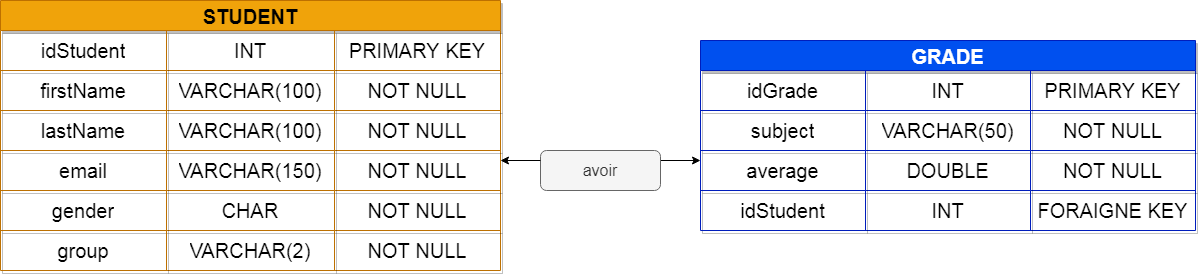
This is image/Base.png from Daris02/SpringProject, a draw.io export, as it was before one commit. Source tidied: cells renumbered, new cells last; positions are measured from the earlier drawing's top-left corner, leaving out a move shared by most shapes.
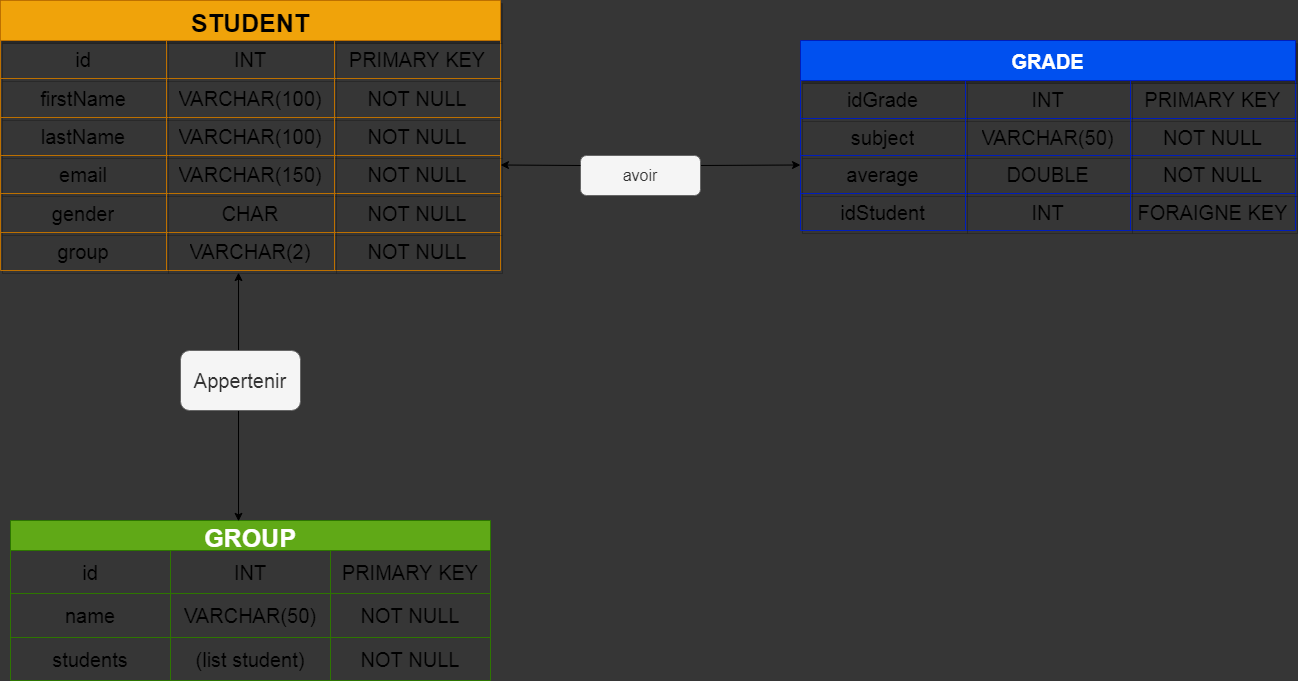
The same file after the commit.

Commit message:
change database schema

Diff of the diagram source:
```diff
@@ -1,141 +1,186 @@
-<mxGraphModel background="#ffffff" shadow="1">
+<mxGraphModel background="#363636" shadow="1">
   <root>
     <mxCell id="0" />
     <mxCell id="1" parent="0" />
-    <mxCell id="2" value="STUDENT" style="shape=table;startSize=30;fontStyle=1;align=center;shadow=1;fontSize=20;fillColor=#f0a30a;fontColor=#000000;strokeColor=#BD7000;gradientColor=none;swimlaneFillColor=none;rounded=0;" parent="1" vertex="1">
-      <mxGeometry width="500" height="270" as="geometry" />
+    <mxCell id="2" value="STUDENT" style="shape=table;startSize=40;fontStyle=1;align=center;shadow=1;fontSize=25;fillColor=#f0a30a;fontColor=#000000;strokeColor=#BD7000;gradientColor=none;swimlaneFillColor=none;rounded=0;" parent="1" vertex="1">
+      <mxGeometry x="20" y="-200" width="500" height="270" as="geometry" />
     </mxCell>
     <mxCell id="3" style="shape=partialRectangle;html=1;whiteSpace=wrap;fillColor=none;top=0;left=0;bottom=0;right=0;shadow=1;fontSize=20;rounded=0;" parent="2" vertex="1">
-      <mxGeometry y="30" width="500" height="40" as="geometry" />
+      <mxGeometry y="40" width="500" height="38" as="geometry" />
     </mxCell>
-    <mxCell id="4" value="idStudent" style="shape=partialRectangle;html=1;whiteSpace=wrap;fillColor=none;top=0;left=0;bottom=0;right=0;overflow=hidden;shadow=1;fontSize=20;rounded=0;" parent="3" vertex="1">
-      <mxGeometry width="166" height="40" as="geometry" />
+    <mxCell id="4" value="id" style="shape=partialRectangle;html=1;whiteSpace=wrap;fillColor=none;top=0;left=0;bottom=0;right=0;overflow=hidden;shadow=1;fontSize=20;rounded=0;" parent="3" vertex="1">
+      <mxGeometry width="166" height="38" as="geometry" />
     </mxCell>
     <mxCell id="5" value="INT" style="shape=partialRectangle;html=1;whiteSpace=wrap;fillColor=none;top=0;left=0;bottom=0;right=0;overflow=hidden;shadow=1;fontSize=20;rounded=0;" parent="3" vertex="1">
-      <mxGeometry x="166" width="168" height="40" as="geometry" />
+      <mxGeometry x="166" width="168" height="38" as="geometry" />
     </mxCell>
     <mxCell id="6" value="PRIMARY KEY" style="shape=partialRectangle;html=1;whiteSpace=wrap;fillColor=none;top=0;left=0;bottom=0;right=0;overflow=hidden;shadow=1;fontSize=20;rounded=0;" parent="3" vertex="1">
-      <mxGeometry x="334" width="166" height="40" as="geometry" />
+      <mxGeometry x="334" width="166" height="38" as="geometry" />
     </mxCell>
     <mxCell id="7" style="shape=partialRectangle;html=1;whiteSpace=wrap;fillColor=none;top=0;left=0;bottom=0;right=0;shadow=1;fontSize=20;rounded=0;" parent="2" vertex="1">
-      <mxGeometry y="70" width="500" height="40" as="geometry" />
+      <mxGeometry y="78" width="500" height="39" as="geometry" />
     </mxCell>
     <mxCell id="8" value="firstName" style="shape=partialRectangle;html=1;whiteSpace=wrap;fillColor=none;top=0;left=0;bottom=0;right=0;overflow=hidden;shadow=1;fontSize=20;rounded=0;" parent="7" vertex="1">
-      <mxGeometry width="166" height="40" as="geometry" />
+      <mxGeometry width="166" height="39" as="geometry" />
     </mxCell>
     <mxCell id="9" value="VARCHAR(100)" style="shape=partialRectangle;html=1;whiteSpace=wrap;fillColor=none;top=0;left=0;bottom=0;right=0;overflow=hidden;shadow=1;fontSize=20;rounded=0;" parent="7" vertex="1">
-      <mxGeometry x="166" width="168" height="40" as="geometry" />
+      <mxGeometry x="166" width="168" height="39" as="geometry" />
     </mxCell>
     <mxCell id="10" value="NOT NULL" style="shape=partialRectangle;html=1;whiteSpace=wrap;fillColor=none;top=0;left=0;bottom=0;right=0;overflow=hidden;shadow=1;fontSize=20;rounded=0;" parent="7" vertex="1">
-      <mxGeometry x="334" width="166" height="40" as="geometry" />
+      <mxGeometry x="334" width="166" height="39" as="geometry" />
     </mxCell>
     <mxCell id="11" style="shape=partialRectangle;html=1;whiteSpace=wrap;fillColor=none;top=0;left=0;bottom=0;right=0;shadow=1;fontSize=20;rounded=0;" parent="2" vertex="1">
-      <mxGeometry y="110" width="500" height="40" as="geometry" />
+      <mxGeometry y="117" width="500" height="38" as="geometry" />
     </mxCell>
     <mxCell id="12" value="lastName" style="shape=partialRectangle;html=1;whiteSpace=wrap;fillColor=none;top=0;left=0;bottom=0;right=0;overflow=hidden;shadow=1;fontSize=20;rounded=0;" parent="11" vertex="1">
-      <mxGeometry width="166" height="40" as="geometry" />
+      <mxGeometry width="166" height="38" as="geometry" />
     </mxCell>
     <mxCell id="13" value="VARCHAR(100)" style="shape=partialRectangle;html=1;whiteSpace=wrap;fillColor=none;top=0;left=0;bottom=0;right=0;overflow=hidden;shadow=1;fontSize=20;rounded=0;" parent="11" vertex="1">
-      <mxGeometry x="166" width="168" height="40" as="geometry" />
+      <mxGeometry x="166" width="168" height="38" as="geometry" />
     </mxCell>
     <mxCell id="14" value="NOT NULL" style="shape=partialRectangle;html=1;whiteSpace=wrap;fillColor=none;top=0;left=0;bottom=0;right=0;overflow=hidden;shadow=1;fontSize=20;rounded=0;" parent="11" vertex="1">
-      <mxGeometry x="334" width="166" height="40" as="geometry" />
+      <mxGeometry x="334" width="166" height="38" as="geometry" />
     </mxCell>
     <mxCell id="15" style="shape=partialRectangle;html=1;whiteSpace=wrap;fillColor=none;top=0;left=0;bottom=0;right=0;points=[[0,0.5],[1,0.5]];portConstraint=eastwest;shadow=1;fontSize=20;rounded=0;" parent="2" vertex="1">
-      <mxGeometry y="150" width="500" height="40" as="geometry" />
+      <mxGeometry y="155" width="500" height="38" as="geometry" />
     </mxCell>
     <mxCell id="16" value="email" style="shape=partialRectangle;html=1;whiteSpace=wrap;fillColor=none;top=0;left=0;bottom=0;right=0;overflow=hidden;shadow=1;fontSize=20;rounded=0;" parent="15" vertex="1">
-      <mxGeometry width="166" height="40" as="geometry" />
+      <mxGeometry width="166" height="38" as="geometry" />
     </mxCell>
     <mxCell id="17" value="VARCHAR(150)" style="shape=partialRectangle;html=1;whiteSpace=wrap;fillColor=none;top=0;left=0;bottom=0;right=0;overflow=hidden;shadow=1;fontSize=20;rounded=0;" parent="15" vertex="1">
-      <mxGeometry x="166" width="168" height="40" as="geometry" />
+      <mxGeometry x="166" width="168" height="38" as="geometry" />
     </mxCell>
     <mxCell id="18" value="NOT NULL" style="shape=partialRectangle;html=1;whiteSpace=wrap;fillColor=none;top=0;left=0;bottom=0;right=0;overflow=hidden;shadow=1;fontSize=20;rounded=0;" parent="15" vertex="1">
-      <mxGeometry x="334" width="166" height="40" as="geometry" />
+      <mxGeometry x="334" width="166" height="38" as="geometry" />
     </mxCell>
     <mxCell id="19" style="shape=partialRectangle;html=1;whiteSpace=wrap;fillColor=none;top=0;left=0;bottom=0;right=0;shadow=1;fontSize=20;rounded=0;" parent="2" vertex="1">
-      <mxGeometry y="190" width="500" height="40" as="geometry" />
+      <mxGeometry y="193" width="500" height="39" as="geometry" />
     </mxCell>
     <mxCell id="20" value="gender" style="shape=partialRectangle;html=1;whiteSpace=wrap;fillColor=none;top=0;left=0;bottom=0;right=0;overflow=hidden;shadow=1;fontSize=20;rounded=0;" parent="19" vertex="1">
-      <mxGeometry width="166" height="40" as="geometry" />
+      <mxGeometry width="166" height="39" as="geometry" />
     </mxCell>
     <mxCell id="21" value="CHAR" style="shape=partialRectangle;html=1;whiteSpace=wrap;fillColor=none;top=0;left=0;bottom=0;right=0;overflow=hidden;shadow=1;fontSize=20;rounded=0;" parent="19" vertex="1">
-      <mxGeometry x="166" width="168" height="40" as="geometry" />
+      <mxGeometry x="166" width="168" height="39" as="geometry" />
     </mxCell>
     <mxCell id="22" value="NOT NULL" style="shape=partialRectangle;html=1;whiteSpace=wrap;fillColor=none;top=0;left=0;bottom=0;right=0;overflow=hidden;shadow=1;fontSize=20;rounded=0;" parent="19" vertex="1">
-      <mxGeometry x="334" width="166" height="40" as="geometry" />
+      <mxGeometry x="334" width="166" height="39" as="geometry" />
     </mxCell>
     <mxCell id="23" style="shape=partialRectangle;html=1;whiteSpace=wrap;fillColor=none;top=0;left=0;bottom=0;right=0;points=[[0,0.5],[1,0.5]];portConstraint=eastwest;shadow=1;fontSize=20;rounded=0;" parent="2" vertex="1">
-      <mxGeometry y="230" width="500" height="40" as="geometry" />
+      <mxGeometry y="232" width="500" height="38" as="geometry" />
     </mxCell>
     <mxCell id="24" value="group" style="shape=partialRectangle;html=1;whiteSpace=wrap;fillColor=none;top=0;left=0;bottom=0;right=0;overflow=hidden;shadow=1;fontSize=20;rounded=0;" parent="23" vertex="1">
-      <mxGeometry width="166" height="40" as="geometry" />
+      <mxGeometry width="166" height="38" as="geometry" />
     </mxCell>
     <mxCell id="25" value="VARCHAR(2)" style="shape=partialRectangle;html=1;whiteSpace=wrap;fillColor=none;top=0;left=0;bottom=0;right=0;overflow=hidden;shadow=1;fontSize=20;rounded=0;" parent="23" vertex="1">
-      <mxGeometry x="166" width="168" height="40" as="geometry" />
+      <mxGeometry x="166" width="168" height="38" as="geometry" />
     </mxCell>
     <mxCell id="26" value="NOT NULL" style="shape=partialRectangle;html=1;whiteSpace=wrap;fillColor=none;top=0;left=0;bottom=0;right=0;overflow=hidden;shadow=1;fontSize=20;rounded=0;" parent="23" vertex="1">
-      <mxGeometry x="334" width="166" height="40" as="geometry" />
+      <mxGeometry x="334" width="166" height="38" as="geometry" />
     </mxCell>
-    <mxCell id="27" value="GRADE" style="shape=table;startSize=30;fontStyle=1;align=center;shadow=1;fontSize=20;fillColor=#0050ef;fontColor=#ffffff;strokeColor=#001DBC;rounded=0;" parent="1" vertex="1">
-      <mxGeometry x="700" y="40" width="495" height="190" as="geometry" />
+    <mxCell id="27" value="GRADE" style="shape=table;startSize=40;fontStyle=1;align=center;shadow=1;fontSize=20;fillColor=#0050ef;fontColor=#ffffff;strokeColor=#001DBC;rounded=0;" parent="1" vertex="1">
+      <mxGeometry x="820" y="-160" width="495" height="190" as="geometry" />
     </mxCell>
     <mxCell id="28" style="shape=partialRectangle;html=1;whiteSpace=wrap;fillColor=none;top=0;left=0;bottom=0;right=0;shadow=1;fontSize=20;rounded=0;" parent="27" vertex="1">
-      <mxGeometry y="30" width="495" height="40" as="geometry" />
+      <mxGeometry y="40" width="495" height="38" as="geometry" />
     </mxCell>
     <mxCell id="29" value="idGrade" style="shape=partialRectangle;html=1;whiteSpace=wrap;fillColor=none;top=0;left=0;bottom=0;right=0;overflow=hidden;shadow=1;fontSize=20;rounded=0;" parent="28" vertex="1">
-      <mxGeometry width="165" height="40" as="geometry" />
+      <mxGeometry width="165" height="38" as="geometry" />
     </mxCell>
     <mxCell id="30" value="INT" style="shape=partialRectangle;html=1;whiteSpace=wrap;fillColor=none;top=0;left=0;bottom=0;right=0;overflow=hidden;shadow=1;fontSize=20;rounded=0;" parent="28" vertex="1">
-      <mxGeometry x="165" width="165" height="40" as="geometry" />
+      <mxGeometry x="165" width="165" height="38" as="geometry" />
     </mxCell>
     <mxCell id="31" value="PRIMARY KEY" style="shape=partialRectangle;html=1;whiteSpace=wrap;fillColor=none;top=0;left=0;bottom=0;right=0;overflow=hidden;shadow=1;fontSize=20;rounded=0;" parent="28" vertex="1">
-      <mxGeometry x="330" width="165" height="40" as="geometry" />
+      <mxGeometry x="330" width="165" height="38" as="geometry" />
     </mxCell>
     <mxCell id="32" style="shape=partialRectangle;html=1;whiteSpace=wrap;fillColor=none;top=0;left=0;bottom=0;right=0;shadow=1;fontSize=20;rounded=0;" parent="27" vertex="1">
-      <mxGeometry y="70" width="495" height="40" as="geometry" />
+      <mxGeometry y="78" width="495" height="37" as="geometry" />
     </mxCell>
     <mxCell id="33" value="subject" style="shape=partialRectangle;html=1;whiteSpace=wrap;fillColor=none;top=0;left=0;bottom=0;right=0;overflow=hidden;shadow=1;fontSize=20;rounded=0;" parent="32" vertex="1">
-      <mxGeometry width="165" height="40" as="geometry" />
+      <mxGeometry width="165" height="37" as="geometry" />
     </mxCell>
     <mxCell id="34" value="VARCHAR(50)" style="shape=partialRectangle;html=1;whiteSpace=wrap;fillColor=none;top=0;left=0;bottom=0;right=0;overflow=hidden;shadow=1;fontSize=20;rounded=0;" parent="32" vertex="1">
-      <mxGeometry x="165" width="165" height="40" as="geometry" />
+      <mxGeometry x="165" width="165" height="37" as="geometry" />
     </mxCell>
     <mxCell id="35" value="NOT NULL" style="shape=partialRectangle;html=1;whiteSpace=wrap;fillColor=none;top=0;left=0;bottom=0;right=0;overflow=hidden;shadow=1;fontSize=20;rounded=0;" parent="32" vertex="1">
-      <mxGeometry x="330" width="165" height="40" as="geometry" />
+      <mxGeometry x="330" width="165" height="37" as="geometry" />
     </mxCell>
     <mxCell id="36" style="shape=partialRectangle;html=1;whiteSpace=wrap;fillColor=none;top=0;left=0;bottom=0;right=0;points=[[0,0.5],[1,0.5]];portConstraint=eastwest;shadow=1;fontSize=20;rounded=0;" parent="27" vertex="1">
-      <mxGeometry y="110" width="495" height="40" as="geometry" />
+      <mxGeometry y="115" width="495" height="38" as="geometry" />
     </mxCell>
     <mxCell id="37" value="average" style="shape=partialRectangle;html=1;whiteSpace=wrap;fillColor=none;top=0;left=0;bottom=0;right=0;overflow=hidden;shadow=1;fontSize=20;rounded=0;" parent="36" vertex="1">
-      <mxGeometry width="165" height="40" as="geometry" />
+      <mxGeometry width="165" height="38" as="geometry" />
     </mxCell>
     <mxCell id="38" value="DOUBLE" style="shape=partialRectangle;html=1;whiteSpace=wrap;fillColor=none;top=0;left=0;bottom=0;right=0;overflow=hidden;shadow=1;fontSize=20;rounded=0;" parent="36" vertex="1">
-      <mxGeometry x="165" width="165" height="40" as="geometry" />
+      <mxGeometry x="165" width="165" height="38" as="geometry" />
     </mxCell>
     <mxCell id="39" value="NOT NULL" style="shape=partialRectangle;html=1;whiteSpace=wrap;fillColor=none;top=0;left=0;bottom=0;right=0;overflow=hidden;shadow=1;fontSize=20;rounded=0;" parent="36" vertex="1">
-      <mxGeometry x="330" width="165" height="40" as="geometry" />
+      <mxGeometry x="330" width="165" height="38" as="geometry" />
     </mxCell>
     <mxCell id="40" style="shape=partialRectangle;html=1;whiteSpace=wrap;fillColor=none;top=0;left=0;bottom=0;right=0;shadow=1;fontSize=20;rounded=0;" parent="27" vertex="1">
-      <mxGeometry y="150" width="495" height="40" as="geometry" />
+      <mxGeometry y="153" width="495" height="37" as="geometry" />
     </mxCell>
     <mxCell id="41" value="idStudent" style="shape=partialRectangle;html=1;whiteSpace=wrap;fillColor=none;top=0;left=0;bottom=0;right=0;overflow=hidden;shadow=1;fontSize=20;rounded=0;" parent="40" vertex="1">
-      <mxGeometry width="165" height="40" as="geometry" />
+      <mxGeometry width="165" height="37" as="geometry" />
     </mxCell>
     <mxCell id="42" value="INT" style="shape=partialRectangle;html=1;whiteSpace=wrap;fillColor=none;top=0;left=0;bottom=0;right=0;overflow=hidden;shadow=1;fontSize=20;rounded=0;" parent="40" vertex="1">
-      <mxGeometry x="165" width="165" height="40" as="geometry" />
+      <mxGeometry x="165" width="165" height="37" as="geometry" />
     </mxCell>
     <mxCell id="43" value="FORAIGNE KEY" style="shape=partialRectangle;html=1;whiteSpace=wrap;fillColor=none;top=0;left=0;bottom=0;right=0;overflow=hidden;shadow=1;fontSize=20;rounded=0;" parent="40" vertex="1">
-      <mxGeometry x="330" width="165" height="40" as="geometry" />
+      <mxGeometry x="330" width="165" height="37" as="geometry" />
     </mxCell>
     <mxCell id="44" style="endArrow=classic;startArrow=none;html=1;exitX=1;exitY=0.25;exitDx=0;exitDy=0;exitPerimeter=0;entryX=0;entryY=0.25;entryDx=0;entryDy=0;entryPerimeter=0;" parent="1" edge="1" source="45" target="36">
       <mxGeometry relative="1" as="geometry" />
     </mxCell>
     <mxCell id="45" value="avoir" style="rounded=1;whiteSpace=wrap;html=1;fontSize=16;fillColor=#f5f5f5;fontColor=#333333;strokeColor=#666666;" parent="1" vertex="1">
-      <mxGeometry x="540" y="150" width="120" height="40" as="geometry" />
+      <mxGeometry x="600" y="-45" width="120" height="40" as="geometry" />
     </mxCell>
     <mxCell id="46" style="endArrow=none;startArrow=classic;html=1;exitX=1;exitY=0.25;exitDx=0;exitDy=0;exitPerimeter=0;entryX=0;entryY=0.25;entryDx=0;entryDy=0;entryPerimeter=0;" parent="1" edge="1" source="15" target="45">
       <mxGeometry relative="1" as="geometry" />
     </mxCell>
+    <mxCell id="47" value="GROUP" style="shape=table;startSize=30;fontStyle=1;align=center;fontSize=25;fillColor=#60a917;fontColor=#ffffff;strokeColor=#2D7600;" parent="1" vertex="1">
+      <mxGeometry x="30" y="320" width="480" height="160" as="geometry" />
+    </mxCell>
+    <mxCell id="48" style="shape=partialRectangle;html=1;whiteSpace=wrap;fillColor=none;top=0;left=0;bottom=0;right=0;fontSize=15;" parent="47" vertex="1">
+      <mxGeometry y="30" width="480" height="43" as="geometry" />
+    </mxCell>
+    <mxCell id="49" value="&lt;font style=&quot;font-size: 20px;&quot;&gt;id&lt;/font&gt;" style="shape=partialRectangle;html=1;whiteSpace=wrap;fillColor=none;top=0;left=0;bottom=0;right=0;overflow=hidden;fontSize=20;" parent="48" vertex="1">
+      <mxGeometry width="160" height="43" as="geometry" />
+    </mxCell>
+    <mxCell id="50" value="INT" style="shape=partialRectangle;html=1;whiteSpace=wrap;fillColor=none;top=0;left=0;bottom=0;right=0;overflow=hidden;fontSize=20;" parent="48" vertex="1">
+      <mxGeometry x="160" width="160" height="43" as="geometry" />
+    </mxCell>
+    <mxCell id="51" value="PRIMARY KEY" style="shape=partialRectangle;html=1;whiteSpace=wrap;fillColor=none;top=0;left=0;bottom=0;right=0;overflow=hidden;fontSize=20;" parent="48" vertex="1">
+      <mxGeometry x="320" width="160" height="43" as="geometry" />
+    </mxCell>
+    <mxCell id="52" style="shape=partialRectangle;html=1;whiteSpace=wrap;fillColor=none;top=0;left=0;bottom=0;right=0;" parent="47" vertex="1">
+      <mxGeometry y="73" width="480" height="44" as="geometry" />
+    </mxCell>
+    <mxCell id="53" value="name" style="shape=partialRectangle;html=1;whiteSpace=wrap;fillColor=none;top=0;left=0;bottom=0;right=0;overflow=hidden;fontSize=20;" parent="52" vertex="1">
+      <mxGeometry width="160" height="44" as="geometry" />
+    </mxCell>
+    <mxCell id="54" value="VARCHAR(50)" style="shape=partialRectangle;html=1;whiteSpace=wrap;fillColor=none;top=0;left=0;bottom=0;right=0;overflow=hidden;fontSize=20;" parent="52" vertex="1">
+      <mxGeometry x="160" width="160" height="44" as="geometry" />
+    </mxCell>
+    <mxCell id="55" value="NOT NULL" style="shape=partialRectangle;html=1;whiteSpace=wrap;fillColor=none;top=0;left=0;bottom=0;right=0;overflow=hidden;fontSize=20;" parent="52" vertex="1">
+      <mxGeometry x="320" width="160" height="44" as="geometry" />
+    </mxCell>
+    <mxCell id="56" style="shape=partialRectangle;html=1;whiteSpace=wrap;fillColor=none;top=0;left=0;bottom=0;right=0;" parent="47" vertex="1">
+      <mxGeometry y="117" width="480" height="43" as="geometry" />
+    </mxCell>
+    <mxCell id="57" value="students" style="shape=partialRectangle;html=1;whiteSpace=wrap;fillColor=none;top=0;left=0;bottom=0;right=0;overflow=hidden;fontSize=20;" parent="56" vertex="1">
+      <mxGeometry width="160" height="43" as="geometry" />
+    </mxCell>
+    <mxCell id="58" value="(list student)" style="shape=partialRectangle;html=1;whiteSpace=wrap;fillColor=none;top=0;left=0;bottom=0;right=0;overflow=hidden;fontSize=20;" parent="56" vertex="1">
+      <mxGeometry x="160" width="160" height="43" as="geometry" />
+    </mxCell>
+    <mxCell id="59" value="NOT NULL" style="shape=partialRectangle;html=1;whiteSpace=wrap;fillColor=none;top=0;left=0;bottom=0;right=0;overflow=hidden;fontSize=20;" parent="56" vertex="1">
+      <mxGeometry x="320" width="160" height="43" as="geometry" />
+    </mxCell>
+    <mxCell id="60" style="endArrow=classic;startArrow=classic;html=1;fontSize=20;exitX=0.475;exitY=0.005;exitDx=0;exitDy=0;exitPerimeter=0;entryX=0.476;entryY=1.057;entryDx=0;entryDy=0;entryPerimeter=0;" parent="1" edge="1" source="47" target="23">
+      <mxGeometry relative="1" as="geometry" />
+    </mxCell>
+    <mxCell id="61" value="Appertenir" style="rounded=1;whiteSpace=wrap;html=1;fontSize=20;fillColor=#f5f5f5;fontColor=#333333;strokeColor=#666666;" parent="1" vertex="1">
+      <mxGeometry x="200" y="150" width="120" height="60" as="geometry" />
+    </mxCell>
   </root>
 </mxGraphModel>
```
